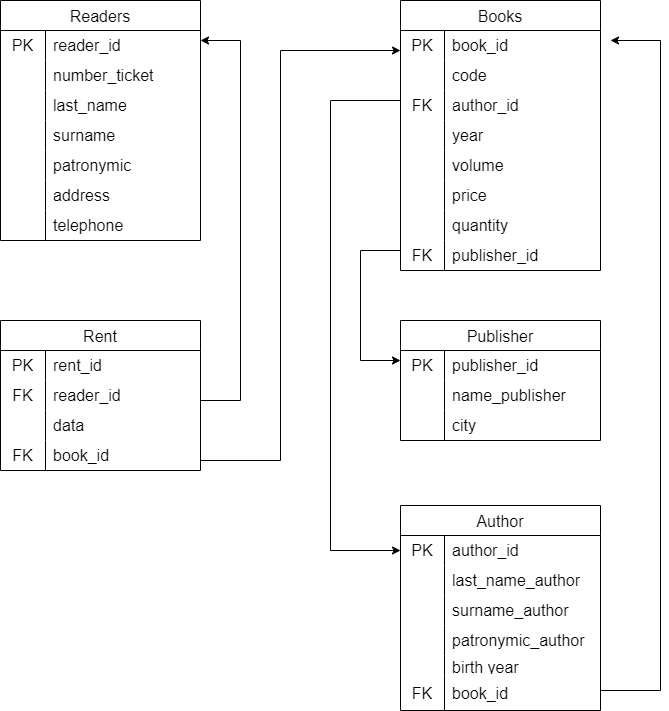
The draw.io diagram logic_diagram.png in SergeyGitH/Task1.2, before a commit. Source tidied: cells renumbered, new cells last; positions are measured from the earlier drawing's top-left corner, leaving out a move shared by most shapes.
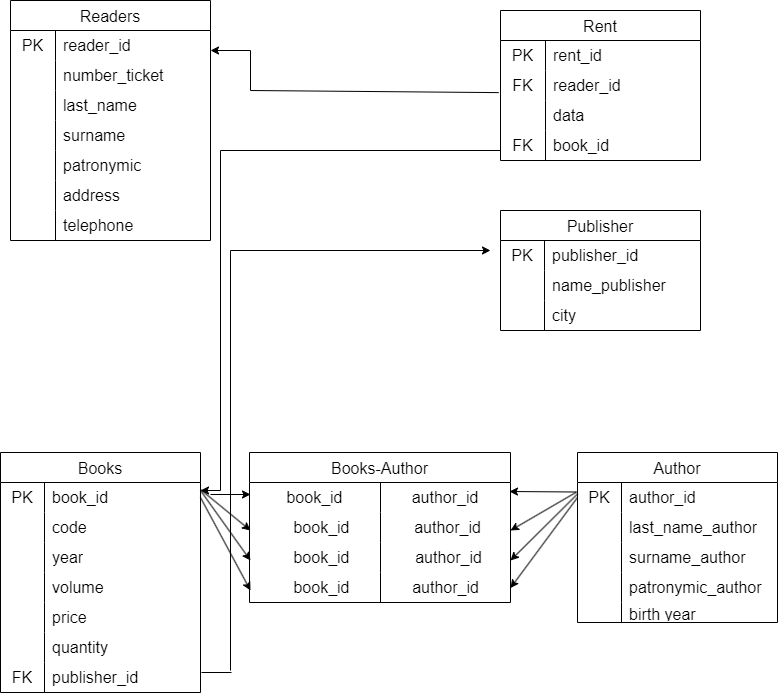
Above is the later version.

Commit message:
Обновление логической диаграммы 3

Diff of the diagram source:
```diff
@@ -4,4 +4,4 @@
     <mxCell id="1" parent="0" />
-    <mxCell id="2" value="Readers" style="shape=table;startSize=30;rowLines=0;fontStyle=0;strokeColor=default;fontSize=16;" parent="1" vertex="1">
-      <mxGeometry width="200" height="240" as="geometry" />
+    <mxCell id="2" value="Readers" style="shape=table;startSize=30;rowLines=0;fontStyle=0;strokeColor=default;fontSize=16;shadow=0;" parent="1" vertex="1">
+      <mxGeometry x="-10" y="-50" width="200" height="240" as="geometry" />
     </mxCell>
@@ -71,3 +71,3 @@
     <mxCell id="24" value="Rent" style="shape=table;startSize=30;rowLines=0;fontStyle=0;strokeColor=default;fontSize=16;" parent="1" vertex="1">
-      <mxGeometry y="320" width="200" height="150" as="geometry" />
+      <mxGeometry x="480" y="-40" width="200" height="150" as="geometry" />
     </mxCell>
@@ -97,3 +97,3 @@
     </mxCell>
-    <mxCell id="33" style="shape=partialRectangle;html=1;whiteSpace=wrap;fillColor=none;top=0;left=0;bottom=0;right=0;align=left;spacingLeft=6;overflow=hidden;strokeColor=inherit;fontSize=16;" parent="31" vertex="1">
+    <mxCell id="33" value="data" style="shape=partialRectangle;html=1;whiteSpace=wrap;fillColor=none;top=0;left=0;bottom=0;right=0;align=left;spacingLeft=6;overflow=hidden;strokeColor=inherit;fontSize=16;" parent="31" vertex="1">
       <mxGeometry x="45" width="155" height="30" as="geometry" />
@@ -110,3 +110,3 @@
     <mxCell id="37" value="Books" style="shape=table;startSize=30;rowLines=0;fontStyle=0;strokeColor=default;fontSize=16;" parent="1" vertex="1">
-      <mxGeometry x="400" width="200" height="270" as="geometry" />
+      <mxGeometry x="-20" y="402" width="200" height="240" as="geometry" />
     </mxCell>
@@ -133,6 +133,6 @@
     </mxCell>
-    <mxCell id="45" value="FK" style="shape=partialRectangle;html=1;whiteSpace=wrap;fillColor=none;top=0;left=0;bottom=0;right=0;overflow=hidden;strokeColor=inherit;fontSize=16;" parent="44" vertex="1">
+    <mxCell id="45" style="shape=partialRectangle;html=1;whiteSpace=wrap;fillColor=none;top=0;left=0;bottom=0;right=0;overflow=hidden;strokeColor=inherit;fontSize=16;" parent="44" vertex="1">
       <mxGeometry width="44" height="30" as="geometry" />
     </mxCell>
-    <mxCell id="46" value="author_id" style="shape=partialRectangle;html=1;whiteSpace=wrap;fillColor=none;top=0;left=0;bottom=0;right=0;align=left;spacingLeft=6;overflow=hidden;strokeColor=inherit;fontSize=16;" parent="44" vertex="1">
+    <mxCell id="46" value="year&#9;" style="shape=partialRectangle;html=1;whiteSpace=wrap;fillColor=none;top=0;left=0;bottom=0;right=0;align=left;spacingLeft=6;overflow=hidden;strokeColor=inherit;fontSize=16;" parent="44" vertex="1">
       <mxGeometry x="44" width="156" height="30" as="geometry" />
@@ -145,3 +145,3 @@
     </mxCell>
-    <mxCell id="49" value="year&lt;span style=&quot;white-space: pre;&quot;&gt;&#9;&lt;/span&gt;" style="shape=partialRectangle;html=1;whiteSpace=wrap;fillColor=none;top=0;left=0;bottom=0;right=0;align=left;spacingLeft=6;overflow=hidden;strokeColor=inherit;fontSize=16;" parent="47" vertex="1">
+    <mxCell id="49" style="shape=partialRectangle;html=1;whiteSpace=wrap;fillColor=none;top=0;left=0;bottom=0;right=0;align=left;spacingLeft=6;overflow=hidden;strokeColor=inherit;fontSize=16;" parent="47" vertex="1">
       <mxGeometry x="44" width="156" height="30" as="geometry" />
@@ -154,3 +154,3 @@
     </mxCell>
-    <mxCell id="52" value="volume" style="shape=partialRectangle;html=1;whiteSpace=wrap;fillColor=none;top=0;left=0;bottom=0;right=0;align=left;spacingLeft=6;overflow=hidden;strokeColor=inherit;fontSize=16;" parent="50" vertex="1">
+    <mxCell id="52" value="price" style="shape=partialRectangle;html=1;whiteSpace=wrap;fillColor=none;top=0;left=0;bottom=0;right=0;align=left;spacingLeft=6;overflow=hidden;strokeColor=inherit;fontSize=16;" parent="50" vertex="1">
       <mxGeometry x="44" width="156" height="30" as="geometry" />
@@ -163,3 +163,3 @@
     </mxCell>
-    <mxCell id="55" value="price" style="shape=partialRectangle;html=1;whiteSpace=wrap;fillColor=none;top=0;left=0;bottom=0;right=0;align=left;spacingLeft=6;overflow=hidden;strokeColor=inherit;fontSize=16;" parent="53" vertex="1">
+    <mxCell id="55" value="quantity" style="shape=partialRectangle;html=1;whiteSpace=wrap;fillColor=none;top=0;left=0;bottom=0;right=0;align=left;spacingLeft=6;overflow=hidden;strokeColor=inherit;fontSize=16;" parent="53" vertex="1">
       <mxGeometry x="44" width="156" height="30" as="geometry" />
@@ -169,19 +169,10 @@
     </mxCell>
-    <mxCell id="57" style="shape=partialRectangle;html=1;whiteSpace=wrap;fillColor=none;top=0;left=0;bottom=0;right=0;overflow=hidden;strokeColor=inherit;fontSize=16;" parent="56" vertex="1">
+    <mxCell id="57" value="FK" style="shape=partialRectangle;html=1;whiteSpace=wrap;fillColor=none;top=0;left=0;bottom=0;right=0;overflow=hidden;strokeColor=inherit;fontSize=16;" parent="56" vertex="1">
       <mxGeometry width="44" height="30" as="geometry" />
     </mxCell>
-    <mxCell id="58" value="quantity" style="shape=partialRectangle;html=1;whiteSpace=wrap;fillColor=none;top=0;left=0;bottom=0;right=0;align=left;spacingLeft=6;overflow=hidden;strokeColor=inherit;fontSize=16;" parent="56" vertex="1">
+    <mxCell id="58" value="publisher_id" style="shape=partialRectangle;html=1;whiteSpace=wrap;fillColor=none;top=0;left=0;bottom=0;right=0;align=left;spacingLeft=6;overflow=hidden;strokeColor=inherit;fontSize=16;" parent="56" vertex="1">
       <mxGeometry x="44" width="156" height="30" as="geometry" />
     </mxCell>
-    <mxCell id="59" style="shape=tableRow;horizontal=0;startSize=0;swimlaneHead=0;swimlaneBody=0;top=0;left=0;bottom=0;right=0;fillColor=none;strokeColor=inherit;fontSize=16;" parent="37" vertex="1">
-      <mxGeometry y="240" width="200" height="30" as="geometry" />
-    </mxCell>
-    <mxCell id="60" value="FK" style="shape=partialRectangle;html=1;whiteSpace=wrap;fillColor=none;top=0;left=0;bottom=0;right=0;overflow=hidden;strokeColor=inherit;fontSize=16;" parent="59" vertex="1">
-      <mxGeometry width="44" height="30" as="geometry" />
-    </mxCell>
-    <mxCell id="61" value="publisher_id" style="shape=partialRectangle;html=1;whiteSpace=wrap;fillColor=none;top=0;left=0;bottom=0;right=0;align=left;spacingLeft=6;overflow=hidden;strokeColor=inherit;fontSize=16;" parent="59" vertex="1">
-      <mxGeometry x="44" width="156" height="30" as="geometry" />
-    </mxCell>
     <mxCell id="62" value="Publisher" style="shape=table;startSize=30;rowLines=0;fontStyle=0;strokeColor=default;fontSize=16;" parent="1" vertex="1">
-      <mxGeometry x="400" y="320" width="200" height="120" as="geometry" />
+      <mxGeometry x="480" y="160" width="200" height="120" as="geometry" />
     </mxCell>
@@ -216,4 +207,4 @@
       <mxGeometry relative="1" as="geometry">
-        <mxPoint x="240" y="400" as="sourcePoint" />
-        <mxPoint x="240" y="40" as="targetPoint" />
+        <mxPoint x="230" y="40" as="sourcePoint" />
+        <mxPoint x="230" as="targetPoint" />
       </mxGeometry>
@@ -222,28 +213,15 @@
       <mxGeometry relative="1" as="geometry">
-        <mxPoint x="240" y="40" as="sourcePoint" />
-        <mxPoint x="200" y="40" as="targetPoint" />
+        <mxPoint x="230" as="sourcePoint" />
+        <mxPoint x="190" as="targetPoint" />
       </mxGeometry>
     </mxCell>
-    <mxCell id="74" style="endArrow=none;html=1;rounded=0;" parent="1" edge="1">
+    <mxCell id="74" style="endArrow=none;html=1;rounded=0;entryX=-0.009;entryY=0.737;entryDx=0;entryDy=0;entryPerimeter=0;" parent="1" edge="1" target="28">
       <mxGeometry relative="1" as="geometry">
-        <mxPoint x="200" y="400" as="sourcePoint" />
-        <mxPoint x="240" y="400" as="targetPoint" />
+        <mxPoint x="230" y="40" as="sourcePoint" />
       </mxGeometry>
     </mxCell>
-    <mxCell id="75" style="endArrow=none;html=1;rounded=0;" parent="1" edge="1">
-      <mxGeometry relative="1" as="geometry">
-        <mxPoint x="280" y="460" as="sourcePoint" />
-        <mxPoint x="280" y="50" as="targetPoint" />
-      </mxGeometry>
-    </mxCell>
-    <mxCell id="76" style="endArrow=none;html=1;rounded=0;" parent="1" edge="1">
-      <mxGeometry relative="1" as="geometry">
-        <mxPoint x="200" y="460" as="sourcePoint" />
-        <mxPoint x="280" y="460" as="targetPoint" />
-      </mxGeometry>
-    </mxCell>
     <mxCell id="77" style="endArrow=classic;html=1;rounded=0;" parent="1" edge="1">
       <mxGeometry relative="1" as="geometry">
-        <mxPoint x="280" y="50" as="sourcePoint" />
-        <mxPoint x="400" y="50" as="targetPoint" />
+        <mxPoint x="200" y="440" as="sourcePoint" />
+        <mxPoint x="180" y="440" as="targetPoint" />
       </mxGeometry>
@@ -252,4 +230,4 @@
       <mxGeometry relative="1" as="geometry">
-        <mxPoint x="360" y="360" as="sourcePoint" />
-        <mxPoint x="360" y="250" as="targetPoint" />
+        <mxPoint x="210" y="620" as="sourcePoint" />
+        <mxPoint x="210" y="200" as="targetPoint" />
       </mxGeometry>
@@ -258,4 +236,4 @@
       <mxGeometry relative="1" as="geometry">
-        <mxPoint x="360" y="360" as="sourcePoint" />
-        <mxPoint x="400" y="360" as="targetPoint" />
+        <mxPoint x="210" y="200" as="sourcePoint" />
+        <mxPoint x="470" y="200" as="targetPoint" />
       </mxGeometry>
@@ -264,11 +242,8 @@
       <mxGeometry relative="1" as="geometry">
-        <mxPoint x="360" y="250" as="sourcePoint" />
-        <mxPoint x="400" y="250" as="targetPoint" />
+        <mxPoint x="181" y="622" as="sourcePoint" />
+        <mxPoint x="211" y="622" as="targetPoint" />
       </mxGeometry>
     </mxCell>
-    <mxCell id="81" value="data" style="shape=partialRectangle;html=1;whiteSpace=wrap;fillColor=none;top=0;left=0;bottom=0;right=0;align=left;spacingLeft=6;overflow=hidden;strokeColor=inherit;fontSize=16;" parent="1" vertex="1">
-      <mxGeometry x="45" y="410" width="155" height="30" as="geometry" />
-    </mxCell>
     <mxCell id="82" value="Author" style="shape=table;startSize=30;rowLines=0;fontStyle=0;strokeColor=default;fontSize=16;" parent="1" vertex="1">
-      <mxGeometry x="400" y="505" width="200" height="205" as="geometry" />
+      <mxGeometry x="557" y="402" width="200" height="170" as="geometry" />
     </mxCell>
@@ -319,27 +294,6 @@
     </mxCell>
-    <mxCell id="98" style="shape=tableRow;horizontal=0;startSize=0;swimlaneHead=0;swimlaneBody=0;top=0;left=0;bottom=0;right=0;fillColor=none;strokeColor=inherit;fontSize=16;" parent="82" vertex="1">
-      <mxGeometry y="170" width="200" height="35" as="geometry" />
-    </mxCell>
-    <mxCell id="99" value="FK" style="shape=partialRectangle;html=1;whiteSpace=wrap;fillColor=none;top=0;left=0;bottom=0;right=0;overflow=hidden;strokeColor=inherit;fontSize=16;" parent="98" vertex="1">
-      <mxGeometry width="44" height="35" as="geometry" />
-    </mxCell>
-    <mxCell id="100" value="book_id" style="shape=partialRectangle;html=1;whiteSpace=wrap;fillColor=none;top=0;left=0;bottom=0;right=0;align=left;spacingLeft=6;overflow=hidden;strokeColor=inherit;fontSize=16;" parent="98" vertex="1">
-      <mxGeometry x="44" width="156" height="35" as="geometry" />
-    </mxCell>
-    <mxCell id="101" style="endArrow=none;html=1;rounded=0;" parent="1" edge="1">
-      <mxGeometry relative="1" as="geometry">
-        <mxPoint x="660" y="690" as="sourcePoint" />
-        <mxPoint x="660" y="40" as="targetPoint" />
-      </mxGeometry>
-    </mxCell>
-    <mxCell id="102" style="endArrow=classic;html=1;rounded=0;entryX=1;entryY=0.5;entryDx=0;entryDy=0;" parent="1" edge="1">
-      <mxGeometry relative="1" as="geometry">
-        <mxPoint x="660" y="40" as="sourcePoint" />
-        <mxPoint x="610" y="40" as="targetPoint" />
-      </mxGeometry>
-    </mxCell>
     <mxCell id="103" style="endArrow=none;html=1;rounded=0;" parent="1" edge="1">
       <mxGeometry relative="1" as="geometry">
-        <mxPoint x="330" y="550" as="sourcePoint" />
-        <mxPoint x="330" y="100" as="targetPoint" />
+        <mxPoint x="200" y="440" as="sourcePoint" />
+        <mxPoint x="200" y="100" as="targetPoint" />
       </mxGeometry>
@@ -348,18 +302,112 @@
       <mxGeometry relative="1" as="geometry">
-        <mxPoint x="330" y="550" as="sourcePoint" />
-        <mxPoint x="400" y="550" as="targetPoint" />
+        <mxPoint x="190" y="444" as="sourcePoint" />
+        <mxPoint x="230" y="444" as="targetPoint" />
       </mxGeometry>
     </mxCell>
-    <mxCell id="105" style="endArrow=none;html=1;rounded=0;" parent="1" edge="1">
-      <mxGeometry relative="1" as="geometry">
-        <mxPoint x="600" y="690" as="sourcePoint" />
-        <mxPoint x="660" y="690" as="targetPoint" />
-      </mxGeometry>
-    </mxCell>
     <mxCell id="106" style="endArrow=none;html=1;rounded=0;" parent="1" edge="1">
       <mxGeometry relative="1" as="geometry">
-        <mxPoint x="330" y="100" as="sourcePoint" />
-        <mxPoint x="400" y="100" as="targetPoint" />
+        <mxPoint x="200" y="100" as="sourcePoint" />
+        <mxPoint x="480" y="100" as="targetPoint" />
       </mxGeometry>
     </mxCell>
+    <mxCell id="107" value="Books-Author" style="shape=table;startSize=30;rowLines=0;fontStyle=0;strokeColor=default;fontSize=16;" parent="1" vertex="1">
+      <mxGeometry x="229" y="402" width="261" height="150" as="geometry" />
+    </mxCell>
+    <mxCell id="108" style="shape=tableRow;horizontal=0;startSize=0;swimlaneHead=0;swimlaneBody=0;top=0;left=0;bottom=0;right=0;fillColor=none;strokeColor=inherit;fontSize=16;" parent="107" vertex="1">
+      <mxGeometry y="30" width="261" height="30" as="geometry" />
+    </mxCell>
+    <mxCell id="109" value="book_id" style="shape=partialRectangle;html=1;whiteSpace=wrap;fillColor=none;top=0;left=0;bottom=0;right=0;overflow=hidden;strokeColor=inherit;fontSize=16;" parent="108" vertex="1">
+      <mxGeometry width="131" height="30" as="geometry" />
+    </mxCell>
+    <mxCell id="110" value="author_id" style="shape=partialRectangle;html=1;whiteSpace=wrap;fillColor=none;top=0;left=0;bottom=0;right=0;overflow=hidden;strokeColor=inherit;fontSize=16;" parent="108" vertex="1">
+      <mxGeometry x="131" width="130" height="30" as="geometry" />
+    </mxCell>
+    <mxCell id="111" style="shape=tableRow;horizontal=0;startSize=0;swimlaneHead=0;swimlaneBody=0;top=0;left=0;bottom=0;right=0;fillColor=none;strokeColor=inherit;fontSize=16;" parent="107" vertex="1">
+      <mxGeometry y="60" width="261" height="30" as="geometry" />
+    </mxCell>
+    <mxCell id="112" style="shape=partialRectangle;html=1;whiteSpace=wrap;fillColor=none;top=0;left=0;bottom=0;right=0;overflow=hidden;strokeColor=inherit;fontSize=16;" parent="111" vertex="1">
+      <mxGeometry width="131" height="30" as="geometry" />
+    </mxCell>
+    <mxCell id="113" style="shape=partialRectangle;html=1;whiteSpace=wrap;fillColor=none;top=0;left=0;bottom=0;right=0;overflow=hidden;strokeColor=inherit;fontSize=16;" parent="111" vertex="1">
+      <mxGeometry x="131" width="130" height="30" as="geometry" />
+    </mxCell>
+    <mxCell id="114" style="shape=tableRow;horizontal=0;startSize=0;swimlaneHead=0;swimlaneBody=0;top=0;left=0;bottom=0;right=0;fillColor=none;strokeColor=inherit;fontSize=16;" parent="107" vertex="1">
+      <mxGeometry y="90" width="261" height="30" as="geometry" />
+    </mxCell>
+    <mxCell id="115" style="shape=partialRectangle;html=1;whiteSpace=wrap;fillColor=none;top=0;left=0;bottom=0;right=0;overflow=hidden;strokeColor=inherit;fontSize=16;" parent="114" vertex="1">
+      <mxGeometry width="131" height="30" as="geometry" />
+    </mxCell>
+    <mxCell id="116" style="shape=partialRectangle;html=1;whiteSpace=wrap;fillColor=none;top=0;left=0;bottom=0;right=0;overflow=hidden;strokeColor=inherit;fontSize=16;" parent="114" vertex="1">
+      <mxGeometry x="131" width="130" height="30" as="geometry" />
+    </mxCell>
+    <mxCell id="117" style="shape=tableRow;horizontal=0;startSize=0;swimlaneHead=0;swimlaneBody=0;top=0;left=0;bottom=0;right=0;fillColor=none;strokeColor=inherit;fontSize=16;" parent="107" vertex="1">
+      <mxGeometry y="120" width="261" height="30" as="geometry" />
+    </mxCell>
+    <mxCell id="118" style="shape=partialRectangle;html=1;whiteSpace=wrap;fillColor=none;top=0;left=0;bottom=0;right=0;overflow=hidden;strokeColor=inherit;fontSize=16;" parent="117" vertex="1">
+      <mxGeometry width="131" height="30" as="geometry" />
+    </mxCell>
+    <mxCell id="119" style="shape=partialRectangle;html=1;whiteSpace=wrap;fillColor=none;top=0;left=0;bottom=0;right=0;overflow=hidden;strokeColor=inherit;fontSize=16;" parent="117" vertex="1">
+      <mxGeometry x="131" width="130" height="30" as="geometry" />
+    </mxCell>
+    <mxCell id="120" value="book_id" style="shape=partialRectangle;html=1;whiteSpace=wrap;fillColor=none;top=0;left=0;bottom=0;right=0;overflow=hidden;strokeColor=inherit;fontSize=16;" parent="1" vertex="1">
+      <mxGeometry x="229" y="492" width="145" height="30" as="geometry" />
+    </mxCell>
+    <mxCell id="121" value="author_id" style="shape=partialRectangle;html=1;whiteSpace=wrap;fillColor=none;top=0;left=0;bottom=0;right=0;overflow=hidden;strokeColor=inherit;fontSize=16;" parent="1" vertex="1">
+      <mxGeometry x="356" y="492" width="145" height="30" as="geometry" />
+    </mxCell>
+    <mxCell id="122" value="book_id" style="shape=partialRectangle;html=1;whiteSpace=wrap;fillColor=none;top=0;left=0;bottom=0;right=0;overflow=hidden;strokeColor=inherit;fontSize=16;" parent="1" vertex="1">
+      <mxGeometry x="229" y="522" width="145" height="30" as="geometry" />
+    </mxCell>
+    <mxCell id="123" value="author_id" style="shape=partialRectangle;html=1;whiteSpace=wrap;fillColor=none;top=0;left=0;bottom=0;right=0;overflow=hidden;strokeColor=inherit;fontSize=16;" parent="1" vertex="1">
+      <mxGeometry x="353" y="522" width="145" height="30" as="geometry" />
+    </mxCell>
+    <mxCell id="124" value="book_id" style="shape=partialRectangle;html=1;whiteSpace=wrap;fillColor=none;top=0;left=0;bottom=0;right=0;overflow=hidden;strokeColor=inherit;fontSize=16;" parent="1" vertex="1">
+      <mxGeometry x="229" y="462" width="145" height="30" as="geometry" />
+    </mxCell>
+    <mxCell id="125" value="author_id" style="shape=partialRectangle;html=1;whiteSpace=wrap;fillColor=none;top=0;left=0;bottom=0;right=0;overflow=hidden;strokeColor=inherit;fontSize=16;" parent="1" vertex="1">
+      <mxGeometry x="355" y="462" width="145" height="30" as="geometry" />
+    </mxCell>
+    <mxCell id="126" style="endArrow=classic;html=1;rounded=0;" parent="1" edge="1">
+      <mxGeometry relative="1" as="geometry">
+        <mxPoint x="180" y="440" as="sourcePoint" />
+        <mxPoint x="230" y="510" as="targetPoint" />
+      </mxGeometry>
+    </mxCell>
+    <mxCell id="127" style="endArrow=classic;html=1;rounded=0;exitX=1;exitY=0.5;exitDx=0;exitDy=0;" parent="1" edge="1" source="38">
+      <mxGeometry relative="1" as="geometry">
+        <mxPoint x="230" y="540" as="targetPoint" />
+      </mxGeometry>
+    </mxCell>
+    <mxCell id="128" style="endArrow=classic;html=1;rounded=0;" parent="1" edge="1">
+      <mxGeometry relative="1" as="geometry">
+        <mxPoint x="180" y="439" as="sourcePoint" />
+        <mxPoint x="230" y="480" as="targetPoint" />
+      </mxGeometry>
+    </mxCell>
+    <mxCell id="129" style="endArrow=classic;html=1;rounded=0;" parent="1" edge="1">
+      <mxGeometry relative="1" as="geometry">
+        <mxPoint x="555" y="441.5" as="sourcePoint" />
+        <mxPoint x="489" y="441" as="targetPoint" />
+      </mxGeometry>
+    </mxCell>
+    <mxCell id="130" style="endArrow=classic;html=1;rounded=0;" parent="1" edge="1">
+      <mxGeometry relative="1" as="geometry">
+        <mxPoint x="557" y="441" as="sourcePoint" />
+        <mxPoint x="490" y="480" as="targetPoint" />
+      </mxGeometry>
+    </mxCell>
+    <mxCell id="131" style="endArrow=classic;html=1;rounded=0;" parent="1" edge="1">
+      <mxGeometry relative="1" as="geometry">
+        <mxPoint x="557" y="443.5" as="sourcePoint" />
+        <mxPoint x="490" y="510" as="targetPoint" />
+      </mxGeometry>
+    </mxCell>
+    <mxCell id="132" style="endArrow=classic;html=1;rounded=0;exitX=0;exitY=0.5;exitDx=0;exitDy=0;" parent="1" edge="1" source="83">
+      <mxGeometry relative="1" as="geometry">
+        <mxPoint x="490" y="537.5" as="targetPoint" />
+      </mxGeometry>
+    </mxCell>
+    <mxCell id="133" value="volume" style="shape=partialRectangle;html=1;whiteSpace=wrap;fillColor=none;top=0;left=0;bottom=0;right=0;align=left;spacingLeft=6;overflow=hidden;strokeColor=inherit;fontSize=16;" parent="1" vertex="1">
+      <mxGeometry x="24" y="522" width="156" height="30" as="geometry" />
+    </mxCell>
   </root>
```
